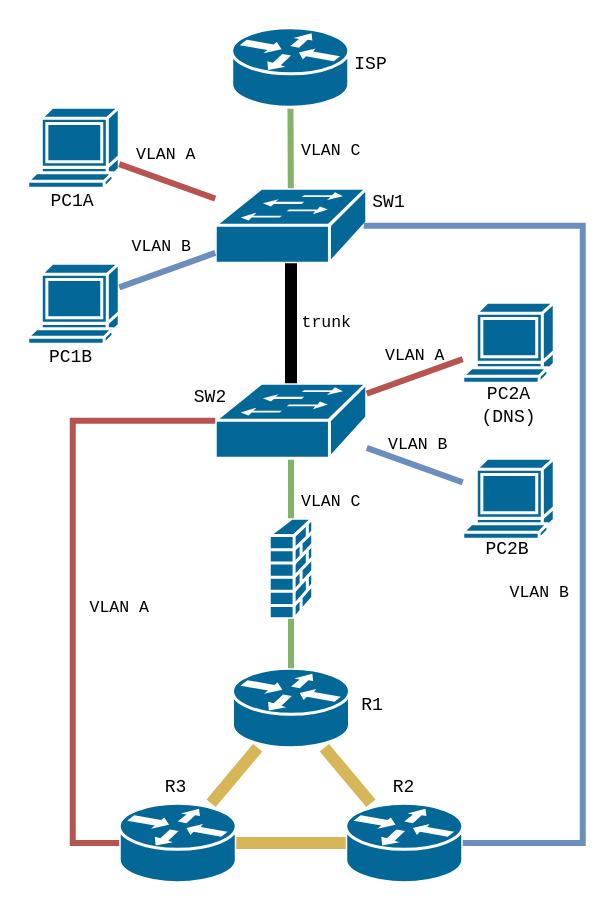
Before: pos_project.drawio in phatt-23/web, a draw.io diagram. Source tidied: cells renumbered, new cells numbered last; positions are measured from the earlier drawing's top-left corner, leaving out a move shared by most shapes. Both pictures are drawn from the tidied source at 150%, with x=0, y=0 at pixel (26, 27).
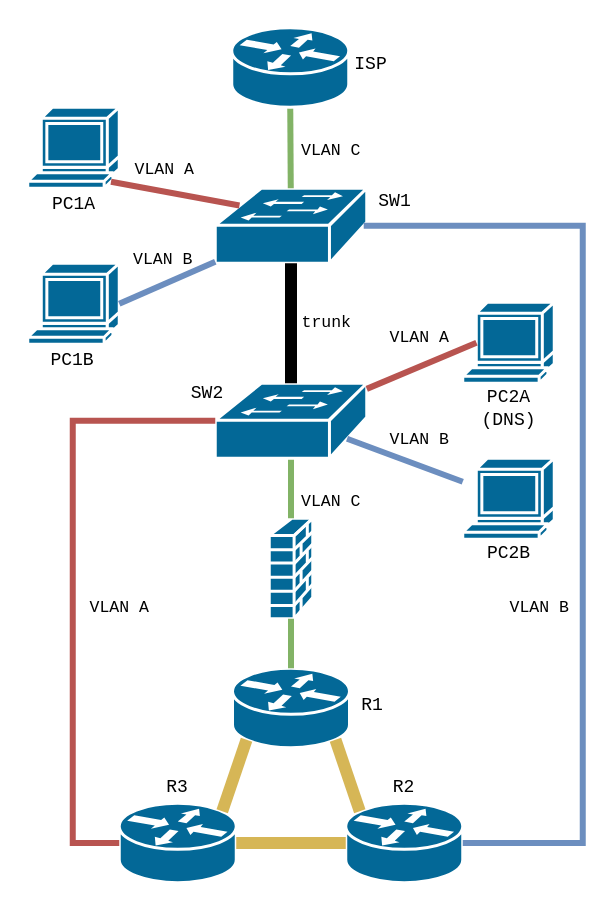
Above is the later version.

The change refers to these unchanged cells:
```xml
<mxCell id="2" style="shape=mxgraph.cisco.switches.workgroup_switch;sketch=0;html=1;dashed=0;fillColor=#036897;strokeColor=#ffffff;strokeWidth=2;verticalLabelPosition=bottom;verticalAlign=top;align=center;outlineConnect=0;" parent="1" vertex="1">
  <mxGeometry x="126" y="107" width="101" height="50" as="geometry" />
</mxCell>
<mxCell id="3" style="shape=mxgraph.cisco.routers.router;sketch=0;html=1;dashed=0;fillColor=#036897;strokeColor=#ffffff;strokeWidth=2;verticalLabelPosition=bottom;verticalAlign=top;align=center;outlineConnect=0;" parent="1" vertex="1">
  <mxGeometry x="137.5" y="427" width="78" height="53" as="geometry" />
</mxCell>
<mxCell id="5" style="shape=mxgraph.cisco.computers_and_peripherals.terminal;sketch=0;html=1;dashed=0;fillColor=#036897;strokeColor=#ffffff;strokeWidth=2;verticalLabelPosition=bottom;verticalAlign=top;align=center;outlineConnect=0;" parent="1" vertex="1">
  <mxGeometry x="1" y="157" width="61" height="54" as="geometry" />
</mxCell>
<mxCell id="8" style="shape=mxgraph.cisco.switches.workgroup_switch;sketch=0;html=1;dashed=0;fillColor=#036897;strokeColor=#ffffff;strokeWidth=2;verticalLabelPosition=bottom;verticalAlign=top;align=center;outlineConnect=0;" parent="1" vertex="1">
  <mxGeometry x="126" y="237" width="101" height="50" as="geometry" />
</mxCell>
<mxCell id="9" style="shape=mxgraph.cisco.routers.router;sketch=0;html=1;dashed=0;fillColor=#036897;strokeColor=#ffffff;strokeWidth=2;verticalLabelPosition=bottom;verticalAlign=top;align=center;outlineConnect=0;" parent="1" vertex="1">
  <mxGeometry x="213" y="517" width="78" height="53" as="geometry" />
</mxCell>
<mxCell id="10" style="shape=mxgraph.cisco.routers.router;sketch=0;html=1;dashed=0;fillColor=#036897;strokeColor=#ffffff;strokeWidth=2;verticalLabelPosition=bottom;verticalAlign=top;align=center;outlineConnect=0;" parent="1" vertex="1">
  <mxGeometry x="62" y="517" width="78" height="53" as="geometry" />
</mxCell>
<mxCell id="11" style="shape=mxgraph.cisco.computers_and_peripherals.terminal;sketch=0;html=1;dashed=0;fillColor=#036897;strokeColor=#ffffff;strokeWidth=2;verticalLabelPosition=bottom;verticalAlign=top;align=center;outlineConnect=0;" parent="1" vertex="1">
  <mxGeometry x="291" y="183" width="61" height="54" as="geometry" />
</mxCell>
<mxCell id="12" value="&lt;div&gt;&lt;br&gt;&lt;/div&gt;&lt;div&gt;&lt;br&gt;&lt;/div&gt;" style="shape=mxgraph.cisco.computers_and_peripherals.terminal;sketch=0;html=1;dashed=0;fillColor=#036897;strokeColor=#ffffff;strokeWidth=2;verticalLabelPosition=bottom;verticalAlign=top;align=center;outlineConnect=0;" parent="1" vertex="1">
  <mxGeometry x="291" y="287" width="61" height="54" as="geometry" />
</mxCell>
<mxCell id="13" style="shape=mxgraph.cisco.computers_and_peripherals.terminal;sketch=0;html=1;dashed=0;fillColor=#036897;strokeColor=#ffffff;strokeWidth=2;verticalLabelPosition=bottom;verticalAlign=top;align=center;outlineConnect=0;" parent="1" vertex="1">
  <mxGeometry x="1" y="53" width="61" height="54" as="geometry" />
</mxCell>
<mxCell id="32" style="shape=mxgraph.cisco.routers.router;sketch=0;html=1;dashed=0;fillColor=#036897;strokeColor=#ffffff;strokeWidth=2;verticalLabelPosition=bottom;verticalAlign=top;align=center;outlineConnect=0;" parent="1" vertex="1">
  <mxGeometry x="137" width="78" height="53" as="geometry" />
</mxCell>
```

The edit, as a diff of the source:
```diff
@@
-    <mxCell id="14" style="endArrow=none;html=1;rounded=0;fillColor=#d5e8d4;strokeColor=#82B366;strokeWidth=4;" parent="1" edge="1" source="2" target="32">
+    <mxCell id="14" style="endArrow=none;html=1;rounded=0;fillColor=#d5e8d4;strokeColor=#82B366;strokeWidth=4;entryX=0.5;entryY=1;entryDx=0;entryDy=0;entryPerimeter=0;" parent="1" edge="1" source="2" target="32">
       <mxGeometry relative="1" as="geometry" />
     </mxCell>
@@
-    <mxCell id="16" style="endArrow=none;html=1;rounded=0;fillColor=#dae8fc;strokeColor=#6c8ebf;strokeWidth=4;" parent="1" edge="1" source="5" target="2">
+    <mxCell id="16" style="endArrow=none;html=1;rounded=0;fillColor=#dae8fc;strokeColor=#6c8ebf;strokeWidth=4;entryX=0;entryY=0.98;entryDx=0;entryDy=0;entryPerimeter=0;exitX=1;exitY=0.5;exitDx=0;exitDy=0;exitPerimeter=0;" parent="1" edge="1" source="5" target="2">
       <mxGeometry relative="1" as="geometry" />
     </mxCell>
@@
-    <mxCell id="18" style="endArrow=none;html=1;rounded=0;strokeWidth=4;fillColor=#f8cecc;strokeColor=#b85450;" parent="1" edge="1" source="2" target="13">
+    <mxCell id="18" style="endArrow=none;html=1;rounded=0;strokeWidth=4;fillColor=#f8cecc;strokeColor=#b85450;exitX=0.16;exitY=0.23;exitDx=0;exitDy=0;exitPerimeter=0;entryX=0.91;entryY=0.92;entryDx=0;entryDy=0;entryPerimeter=0;" parent="1" edge="1" source="2" target="13">
       <mxGeometry relative="1" as="geometry" />
     </mxCell>
     <mxCell id="19" value="&lt;pre style=&quot;line-height: 0%;&quot;&gt;VLAN A&lt;/pre&gt;" style="edgeLabel;html=1;align=center;verticalAlign=middle;labelBackgroundColor=none;" parent="18" vertex="1">
       <mxGeometry x="0.02" y="-3" relative="1" as="geometry">
-        <mxPoint x="-2" y="-16" as="offset" />
+        <mxPoint x="-8" y="-14" as="offset" />
       </mxGeometry>
     </mxCell>
@@
-    <mxCell id="22" style="endArrow=none;html=1;rounded=0;fillColor=#f8cecc;strokeColor=#b85450;strokeWidth=4;" parent="1" edge="1" source="8" target="11">
+    <mxCell id="22" style="endArrow=none;html=1;rounded=0;fillColor=#f8cecc;strokeColor=#b85450;strokeWidth=4;entryX=0.15;entryY=0.5;entryDx=0;entryDy=0;entryPerimeter=0;" parent="1" edge="1" source="8" target="11">
       <mxGeometry relative="1" as="geometry" />
     </mxCell>
-    <mxCell id="23" style="endArrow=none;html=1;rounded=0;fillColor=#dae8fc;strokeColor=#6c8ebf;strokeWidth=4;" parent="1" edge="1" source="8" target="12">
+    <mxCell id="23" style="endArrow=none;html=1;rounded=0;fillColor=#dae8fc;strokeColor=#6c8ebf;strokeWidth=4;exitX=0.87;exitY=0.74;exitDx=0;exitDy=0;exitPerimeter=0;" parent="1" edge="1" source="8" target="12">
       <mxGeometry relative="1" as="geometry" />
     </mxCell>
-    <mxCell id="24" style="endArrow=none;html=1;rounded=0;fillColor=#fff2cc;strokeColor=#d6b656;strokeWidth=8;" parent="1" edge="1" source="10" target="3">
+    <mxCell id="24" style="endArrow=none;html=1;rounded=0;fillColor=#fff2cc;strokeColor=#d6b656;strokeWidth=8;exitX=0.88;exitY=0.1;exitDx=0;exitDy=0;exitPerimeter=0;entryX=0.12;entryY=0.9;entryDx=0;entryDy=0;entryPerimeter=0;" parent="1" edge="1" source="10" target="3">
       <mxGeometry relative="1" as="geometry" />
     </mxCell>
-    <mxCell id="25" style="endArrow=none;html=1;rounded=0;fillColor=#fff2cc;strokeColor=#d6b656;strokeWidth=8;" parent="1" edge="1" source="9" target="3">
+    <mxCell id="25" style="endArrow=none;html=1;rounded=0;fillColor=#fff2cc;strokeColor=#d6b656;strokeWidth=8;entryX=0.88;entryY=0.9;entryDx=0;entryDy=0;entryPerimeter=0;exitX=0.12;exitY=0.1;exitDx=0;exitDy=0;exitPerimeter=0;" parent="1" edge="1" source="9" target="3">
       <mxGeometry relative="1" as="geometry" />
     </mxCell>
@@
     <mxCell id="27" style="rounded=0;jettySize=auto;html=1;entryX=1;entryY=0.5;entryDx=0;entryDy=0;entryPerimeter=0;endArrow=none;endFill=0;edgeStyle=orthogonalEdgeStyle;fillColor=#dae8fc;strokeColor=#6c8ebf;strokeWidth=4;exitX=0.98;exitY=0.5;exitDx=0;exitDy=0;exitPerimeter=0;" parent="1" edge="1" source="2" target="9">
       <mxGeometry relative="1" as="geometry">
         <Array as="points">
           <mxPoint x="371" y="132" />
           <mxPoint x="371" y="544" />
-          <mxPoint x="291" y="544" />
         </Array>
       </mxGeometry>
     </mxCell>
     <mxCell id="28" value="&lt;pre&gt;VLAN B&lt;/pre&gt;" style="edgeLabel;html=1;align=center;verticalAlign=middle;labelBackgroundColor=none;" parent="27" vertex="1">
       <mxGeometry x="0.24" y="-1" relative="1" as="geometry">
-        <mxPoint x="-29" y="-4" as="offset" />
+        <mxPoint x="-29" y="6" as="offset" />
       </mxGeometry>
     </mxCell>
@@
     <mxCell id="33" value="&lt;pre&gt;PC1A&lt;/pre&gt;" style="text;html=1;align=center;verticalAlign=middle;whiteSpace=wrap;rounded=0;" parent="1" vertex="1">
-      <mxGeometry x="1" y="101" width="60" height="30" as="geometry" />
+      <mxGeometry x="2" y="103" width="60" height="30" as="geometry" />
     </mxCell>
     <mxCell id="34" value="&lt;pre&gt;PC1B&lt;/pre&gt;" style="text;html=1;align=center;verticalAlign=middle;whiteSpace=wrap;rounded=0;" parent="1" vertex="1">
-      <mxGeometry y="205" width="60" height="30" as="geometry" />
+      <mxGeometry x="1" y="207" width="60" height="30" as="geometry" />
     </mxCell>
@@
     <mxCell id="36" value="&lt;pre&gt;SW1&lt;/pre&gt;" style="text;html=1;align=center;verticalAlign=middle;whiteSpace=wrap;rounded=0;" parent="1" vertex="1">
-      <mxGeometry x="212" y="102" width="60" height="30" as="geometry" />
+      <mxGeometry x="215.5" y="101" width="60" height="30" as="geometry" />
     </mxCell>
     <mxCell id="37" value="&lt;pre&gt;SW2&lt;/pre&gt;" style="text;html=1;align=center;verticalAlign=middle;whiteSpace=wrap;rounded=0;" parent="1" vertex="1">
-      <mxGeometry x="93" y="232" width="60" height="30" as="geometry" />
+      <mxGeometry x="91" y="229" width="60" height="30" as="geometry" />
     </mxCell>
     <mxCell id="38" value="&lt;pre&gt;PC2A&lt;br&gt;(DNS)&lt;br&gt;&lt;/pre&gt;" style="text;html=1;align=center;verticalAlign=middle;whiteSpace=wrap;rounded=0;" parent="1" vertex="1">
-      <mxGeometry x="292" y="237" width="60" height="30" as="geometry" />
+      <mxGeometry x="292" y="239" width="60" height="30" as="geometry" />
     </mxCell>
     <mxCell id="39" value="&lt;pre&gt;PC2B&lt;/pre&gt;" style="text;html=1;align=center;verticalAlign=middle;whiteSpace=wrap;rounded=0;" parent="1" vertex="1">
-      <mxGeometry x="291" y="333" width="60" height="30" as="geometry" />
+      <mxGeometry x="292" y="336" width="60" height="30" as="geometry" />
     </mxCell>
     <mxCell id="40" value="&lt;pre style=&quot;line-height: 0%;&quot;&gt;VLAN A&lt;/pre&gt;" style="edgeLabel;html=1;align=center;verticalAlign=middle;labelBackgroundColor=none;" parent="1" vertex="1">
-      <mxGeometry x="258" y="217" as="geometry" />
+      <mxGeometry x="261" y="205" as="geometry" />
     </mxCell>
     <mxCell id="41" value="&lt;pre&gt;VLAN B&lt;/pre&gt;" style="edgeLabel;html=1;align=center;verticalAlign=middle;labelBackgroundColor=none;" parent="1" vertex="1">
-      <mxGeometry x="260" y="277" as="geometry" />
+      <mxGeometry x="261" y="274" as="geometry" />
     </mxCell>
@@
+    <mxCell id="44" value="&lt;pre&gt;R3&lt;br&gt;&lt;/pre&gt;" style="text;html=1;align=center;verticalAlign=middle;whiteSpace=wrap;rounded=0;" parent="1" vertex="1">
+      <mxGeometry x="71" y="492" width="60" height="30" as="geometry" />
+    </mxCell>
@@
-    <mxCell id="44" value="&lt;pre&gt;R3&lt;br&gt;&lt;/pre&gt;" style="text;html=1;align=center;verticalAlign=middle;whiteSpace=wrap;rounded=0;" parent="1" vertex="1">
-      <mxGeometry x="70" y="492" width="60" height="30" as="geometry" />
-    </mxCell>
```
